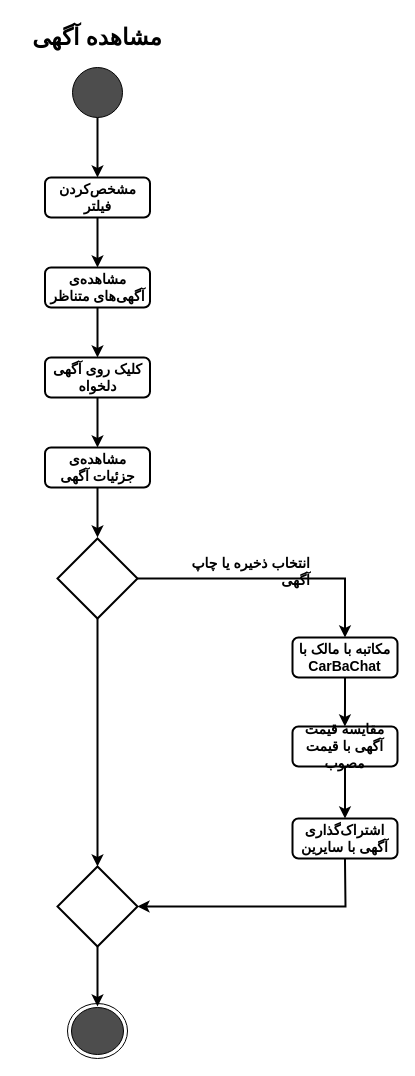
MelvinMo/CarBaMa_Automotive-Sale-Application keeps this draw.io diagram as page "Represent" (3 of 24) of ActivityDiagram/MiddleWare_CarBaMaActivityDiagram.drawio. Above is the earlier version. Source tidied: cells renumbered, new cells numbered last; positions are measured from the earlier drawing's top-left corner, leaving out a move shared by most shapes. Both pictures are drawn from the tidied source at 100%, with x=0, y=0 at pixel (17, 17).
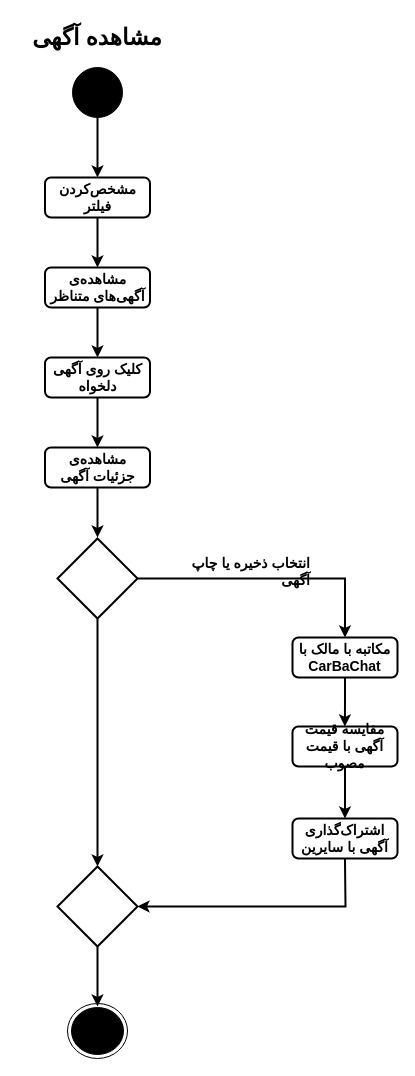
The same page after the edit.

The edit, as a diff of the source:
```diff
@@
-    <mxCell id="3" style="ellipse;whiteSpace=wrap;html=1;fillColor=#4D4D4D;" parent="1" vertex="1">
+    <mxCell id="3" style="ellipse;whiteSpace=wrap;html=1;fillColor=#000000;" parent="1" vertex="1">
       <mxGeometry x="55" y="50" width="50" height="50" as="geometry" />
     </mxCell>
-    <mxCell id="4" style="ellipse;html=1;shape=endState;fillColor=#4D4D4D;strokeColor=#000000;" parent="1" vertex="1">
+    <mxCell id="4" style="ellipse;html=1;shape=endState;fillColor=#000000;strokeColor=#000000;" parent="1" vertex="1">
       <mxGeometry x="50" y="986" width="60" height="55" as="geometry" />
     </mxCell>
```
